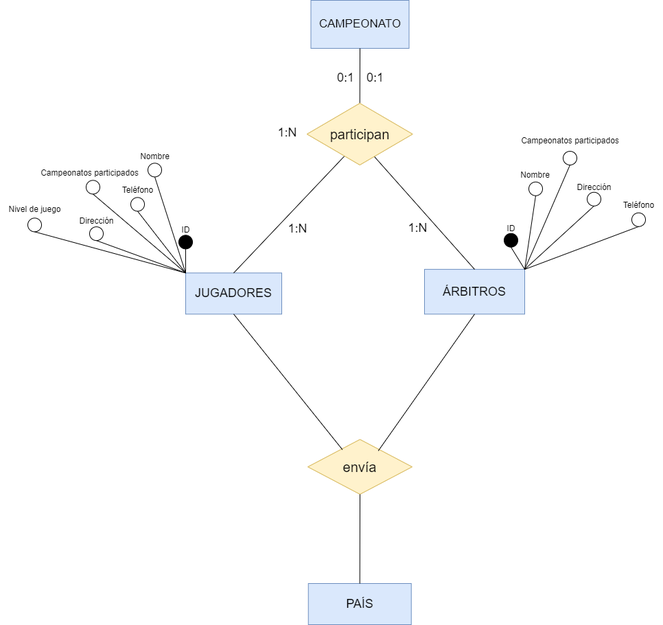
Before: Unidad-1/Tareas/Tarea_Entregable-2/Diagrama Tarea Entregable 2.drawio.png, a diagram exported from draw.io (RafaelMayor/base-datos). Source tidied: cells renumbered, new cells last; positions are measured from the earlier drawing's top-left corner, leaving out a move shared by most shapes.
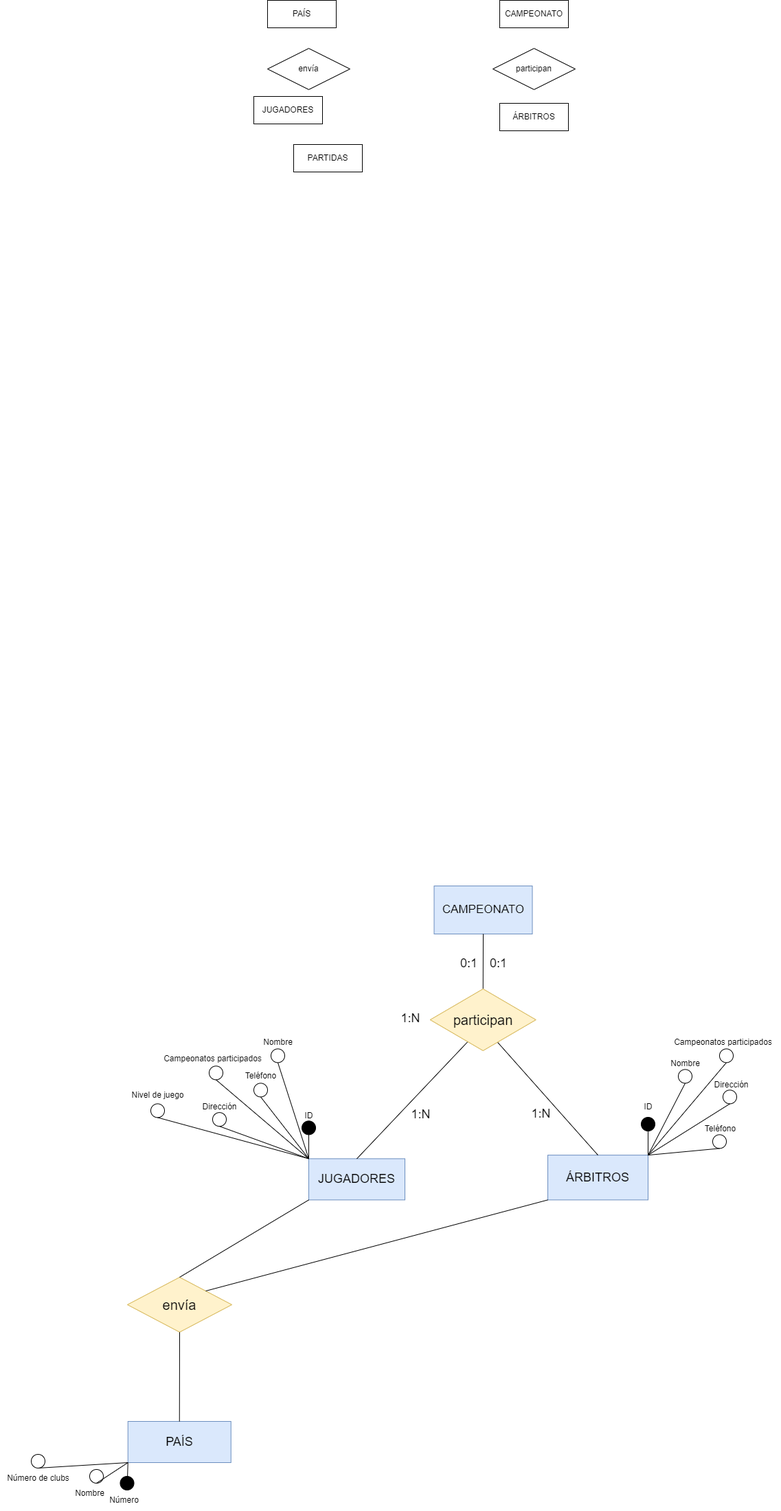
Above is the later version.

The edit, as a diff of the source:
```diff
@@ -77,22 +77,22 @@
       <mxGeometry relative="1" as="geometry" />
     </mxCell>
     <mxCell id="26" value="Nombre" style="text;html=1;align=center;verticalAlign=middle;strokeColor=none;fillColor=none;" parent="1" vertex="1">
-      <mxGeometry x="744" y="240" width="70" height="30" as="geometry" />
+      <mxGeometry x="783" y="243.6" width="70" height="30" as="geometry" />
     </mxCell>
     <mxCell id="27" value="ID" style="text;html=1;align=center;verticalAlign=middle;strokeColor=none;fillColor=none;" parent="1" vertex="1">
-      <mxGeometry x="724" y="317.5" width="40" height="30" as="geometry" />
+      <mxGeometry x="744" y="307.4" width="40" height="30" as="geometry" />
     </mxCell>
     <mxCell id="28" value="Dirección" style="text;html=1;align=center;verticalAlign=middle;strokeColor=none;fillColor=none;" parent="1" vertex="1">
-      <mxGeometry x="830" y="257.5" width="70" height="30" as="geometry" />
+      <mxGeometry x="850" y="275.4" width="70" height="30" as="geometry" />
     </mxCell>
     <mxCell id="29" value="Teléfono" style="text;html=1;align=center;verticalAlign=middle;strokeColor=none;fillColor=none;" parent="1" vertex="1">
-      <mxGeometry x="895" y="283.5" width="70" height="30" as="geometry" />
+      <mxGeometry x="834" y="338.8" width="70" height="30" as="geometry" />
     </mxCell>
     <mxCell id="30" value="Campeonatos participados" style="text;html=1;align=center;verticalAlign=middle;strokeColor=none;fillColor=none;" parent="1" vertex="1">
-      <mxGeometry x="745" y="190" width="170" height="30" as="geometry" />
+      <mxGeometry x="788" y="213.4" width="170" height="30" as="geometry" />
     </mxCell>
     <mxCell id="31" style="ellipse;whiteSpace=wrap;html=1;fillColor=#000000;" parent="1" vertex="1">
-      <mxGeometry x="734" y="339.8" width="20" height="20" as="geometry" />
+      <mxGeometry x="754" y="337" width="20" height="20" as="geometry" />
     </mxCell>
     <mxCell id="32" style="endArrow=none;html=1;rounded=0;exitX=1;exitY=0;exitDx=0;exitDy=0;entryX=0.5;entryY=1;entryDx=0;entryDy=0;" parent="1" edge="1" source="5" target="31">
       <mxGeometry relative="1" as="geometry" />
@@ -101,28 +101,28 @@
       <mxGeometry relative="1" as="geometry" />
     </mxCell>
     <mxCell id="34" style="ellipse;whiteSpace=wrap;html=1;" parent="1" vertex="1">
-      <mxGeometry x="820" y="220" width="20" height="20" as="geometry" />
+      <mxGeometry x="868" y="237.4" width="20" height="20" as="geometry" />
     </mxCell>
     <mxCell id="35" style="ellipse;whiteSpace=wrap;html=1;" parent="1" vertex="1">
-      <mxGeometry x="770" y="264.8" width="20" height="20" as="geometry" />
+      <mxGeometry x="808" y="267.4" width="20" height="20" as="geometry" />
     </mxCell>
     <mxCell id="36" style="endArrow=none;html=1;rounded=0;entryX=1;entryY=0;entryDx=0;entryDy=0;exitX=0.5;exitY=1;exitDx=0;exitDy=0;" parent="1" edge="1" source="35" target="5">
       <mxGeometry relative="1" as="geometry" />
     </mxCell>
     <mxCell id="37" style="ellipse;whiteSpace=wrap;html=1;" parent="1" vertex="1">
-      <mxGeometry x="855" y="279.8" width="20" height="20" as="geometry" />
+      <mxGeometry x="873" y="297.4" width="20" height="20" as="geometry" />
     </mxCell>
     <mxCell id="38" style="endArrow=none;html=1;rounded=0;exitX=0.5;exitY=1;exitDx=0;exitDy=0;entryX=1;entryY=0;entryDx=0;entryDy=0;" parent="1" edge="1" source="37" target="5">
       <mxGeometry relative="1" as="geometry" />
     </mxCell>
     <mxCell id="39" style="ellipse;whiteSpace=wrap;html=1;" parent="1" vertex="1">
-      <mxGeometry x="920" y="309.8" width="20" height="20" as="geometry" />
+      <mxGeometry x="858" y="362.4" width="20" height="20" as="geometry" />
     </mxCell>
     <mxCell id="40" style="endArrow=none;html=1;rounded=0;exitX=1;exitY=0;exitDx=0;exitDy=0;entryX=0.5;entryY=1;entryDx=0;entryDy=0;" parent="1" edge="1" source="5" target="39">
       <mxGeometry relative="1" as="geometry" />
     </mxCell>
     <mxCell id="41" value="&lt;font style=&quot;font-size: 18px;&quot;&gt;PAÍS&lt;/font&gt;" style="whiteSpace=wrap;html=1;align=center;fillColor=#dae8fc;strokeColor=#6c8ebf;" parent="1" vertex="1">
-      <mxGeometry x="448.8" y="850" width="150" height="60" as="geometry" />
+      <mxGeometry x="6.8" y="780" width="150" height="60" as="geometry" />
     </mxCell>
     <mxCell id="42" value="&lt;font style=&quot;font-size: 20px;&quot;&gt;participan&lt;/font&gt;" style="shape=rhombus;perimeter=rhombusPerimeter;whiteSpace=wrap;html=1;align=center;fillColor=#fff2cc;strokeColor=#d6b656;" parent="1" vertex="1">
       <mxGeometry x="446.8" y="150" width="154" height="90" as="geometry" />
@@ -143,16 +143,64 @@
       <mxGeometry x="393" y="173" width="50" height="40" as="geometry" />
     </mxCell>
     <mxCell id="48" value="&lt;font style=&quot;font-size: 20px;&quot;&gt;envía&lt;/font&gt;" style="shape=rhombus;perimeter=rhombusPerimeter;whiteSpace=wrap;html=1;align=center;fillColor=#fff2cc;strokeColor=#d6b656;" parent="1" vertex="1">
-      <mxGeometry x="448" y="640" width="152" height="80" as="geometry" />
+      <mxGeometry x="6" y="570" width="152" height="80" as="geometry" />
     </mxCell>
     <mxCell id="49" style="endArrow=none;html=1;rounded=0;exitX=0.5;exitY=0;exitDx=0;exitDy=0;entryX=0.5;entryY=1;entryDx=0;entryDy=0;" parent="1" edge="1" source="41" target="48">
       <mxGeometry relative="1" as="geometry" />
     </mxCell>
-    <mxCell id="50" style="endArrow=none;html=1;rounded=0;entryX=0.676;entryY=0.207;entryDx=0;entryDy=0;exitX=0.5;exitY=1;exitDx=0;exitDy=0;entryPerimeter=0;" parent="1" edge="1" source="5" target="48">
+    <mxCell id="50" style="endArrow=none;html=1;rounded=0;entryX=1;entryY=0;entryDx=0;entryDy=0;exitX=0;exitY=1;exitDx=0;exitDy=0;" parent="1" edge="1" source="5" target="48">
       <mxGeometry relative="1" as="geometry" />
     </mxCell>
-    <mxCell id="51" style="endArrow=none;html=1;rounded=0;entryX=0.5;entryY=1;entryDx=0;entryDy=0;exitX=0.332;exitY=0.187;exitDx=0;exitDy=0;exitPerimeter=0;" parent="1" edge="1" source="48" target="4">
+    <mxCell id="51" style="endArrow=none;html=1;rounded=0;entryX=0;entryY=1;entryDx=0;entryDy=0;exitX=0.5;exitY=0;exitDx=0;exitDy=0;" parent="1" edge="1" source="48" target="4">
       <mxGeometry relative="1" as="geometry" />
     </mxCell>
+    <mxCell id="52" style="ellipse;whiteSpace=wrap;html=1;fillColor=#000000;" parent="1" vertex="1">
+      <mxGeometry x="-4.5" y="860" width="20" height="20" as="geometry" />
+    </mxCell>
+    <mxCell id="53" style="endArrow=none;html=1;rounded=0;entryX=0;entryY=1;entryDx=0;entryDy=0;exitX=0.5;exitY=1;exitDx=0;exitDy=0;" parent="1" edge="1" source="52" target="41">
+      <mxGeometry relative="1" as="geometry" />
+    </mxCell>
+    <mxCell id="54" value="Número" style="text;html=1;align=center;verticalAlign=middle;strokeColor=none;fillColor=none;" parent="1" vertex="1">
+      <mxGeometry x="-34" y="880" width="70" height="30" as="geometry" />
+    </mxCell>
+    <mxCell id="55" style="ellipse;whiteSpace=wrap;html=1;" parent="1" vertex="1">
+      <mxGeometry x="-49" y="850" width="20" height="20" as="geometry" />
+    </mxCell>
+    <mxCell id="56" style="endArrow=none;html=1;rounded=0;entryX=0;entryY=1;entryDx=0;entryDy=0;exitX=0.5;exitY=1;exitDx=0;exitDy=0;" parent="1" edge="1" source="55" target="41">
+      <mxGeometry relative="1" as="geometry" />
+    </mxCell>
+    <mxCell id="57" value="Nombre" style="text;html=1;align=center;verticalAlign=middle;strokeColor=none;fillColor=none;" parent="1" vertex="1">
+      <mxGeometry x="-84" y="870" width="70" height="30" as="geometry" />
+    </mxCell>
+    <mxCell id="58" style="ellipse;whiteSpace=wrap;html=1;" parent="1" vertex="1">
+      <mxGeometry x="-134" y="828" width="20" height="20" as="geometry" />
+    </mxCell>
+    <mxCell id="59" style="endArrow=none;html=1;rounded=0;exitX=0;exitY=1;exitDx=0;exitDy=0;entryX=0.5;entryY=1;entryDx=0;entryDy=0;" parent="1" edge="1" source="41" target="58">
+      <mxGeometry relative="1" as="geometry" />
+    </mxCell>
+    <mxCell id="60" value="Número de clubs" style="text;html=1;align=center;verticalAlign=middle;strokeColor=none;fillColor=none;" parent="1" vertex="1">
+      <mxGeometry x="-179" y="848" width="110" height="30" as="geometry" />
+    </mxCell>
+    <mxCell id="61" value="PAÍS" style="whiteSpace=wrap;html=1;align=center;" parent="1" vertex="1">
+      <mxGeometry x="210" y="-1290" width="100" height="40" as="geometry" />
+    </mxCell>
+    <mxCell id="62" value="CAMPEONATO" style="whiteSpace=wrap;html=1;align=center;" parent="1" vertex="1">
+      <mxGeometry x="548" y="-1290" width="100" height="40" as="geometry" />
+    </mxCell>
+    <mxCell id="63" value="JUGADORES" style="whiteSpace=wrap;html=1;align=center;" parent="1" vertex="1">
+      <mxGeometry x="190" y="-1150" width="100" height="40" as="geometry" />
+    </mxCell>
+    <mxCell id="64" value="ÁRBITROS" style="whiteSpace=wrap;html=1;align=center;" parent="1" vertex="1">
+      <mxGeometry x="548" y="-1140" width="100" height="40" as="geometry" />
+    </mxCell>
+    <mxCell id="65" value="participan" style="shape=rhombus;perimeter=rhombusPerimeter;whiteSpace=wrap;html=1;align=center;" parent="1" vertex="1">
+      <mxGeometry x="538" y="-1220" width="120" height="60" as="geometry" />
+    </mxCell>
+    <mxCell id="66" value="envía" style="shape=rhombus;perimeter=rhombusPerimeter;whiteSpace=wrap;html=1;align=center;" parent="1" vertex="1">
+      <mxGeometry x="210" y="-1220" width="120" height="60" as="geometry" />
+    </mxCell>
+    <mxCell id="67" value="PARTIDAS" style="whiteSpace=wrap;html=1;align=center;" parent="1" vertex="1">
+      <mxGeometry x="248" y="-1080" width="100" height="40" as="geometry" />
+    </mxCell>
   </root>
 </mxGraphModel>
```
